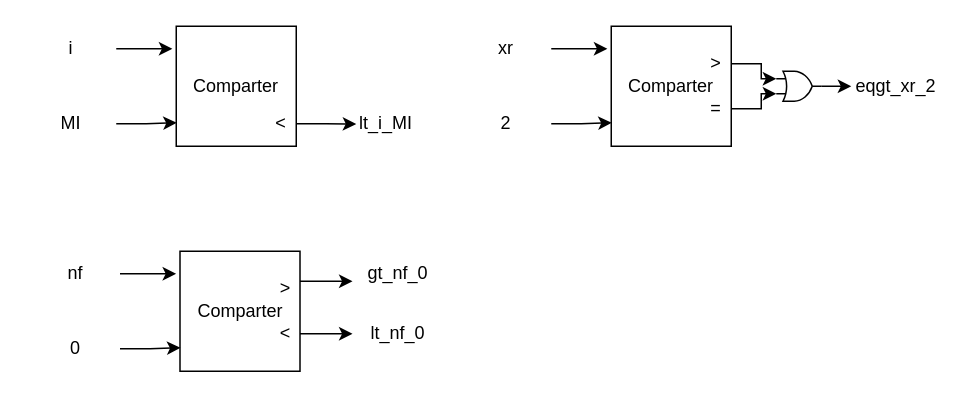
Before: status_signals.drawio in 0xByteRush/COE302, a draw.io diagram. Source tidied: cells renumbered, new cells numbered last; positions are measured from the earlier drawing's top-left corner, leaving out a move shared by most shapes. Both pictures are drawn from the tidied source at 150%, with x=0, y=0 at pixel (26, 26).
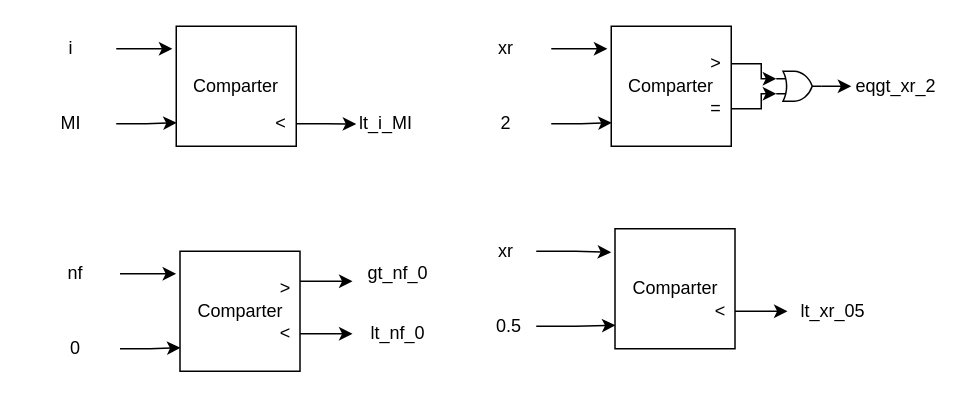
The same diagram, later.

Diff of the diagram source:
```diff
@@
+    <mxCell id="33" value="Comparter" style="whiteSpace=wrap;html=1;" parent="1" vertex="1">
+      <mxGeometry x="392.5" y="135" width="80" height="80" as="geometry" />
+    </mxCell>
+    <mxCell id="34" value="xr" style="text;html=1;whiteSpace=wrap;strokeColor=none;fillColor=none;align=center;verticalAlign=middle;rounded=0;" parent="1" vertex="1">
+      <mxGeometry x="300" y="140" width="40" height="20" as="geometry" />
+    </mxCell>
+    <mxCell id="35" style="edgeStyle=orthogonalEdgeStyle;rounded=0;jettySize=auto;html=1;exitX=1;exitY=0.5;exitDx=0;exitDy=0;entryX=-0.032;entryY=0.196;entryDx=0;entryDy=0;entryPerimeter=0;" parent="1" edge="1" source="34" target="33">
+      <mxGeometry relative="1" as="geometry" />
+    </mxCell>
+    <mxCell id="36" value="0.5" style="text;html=1;whiteSpace=wrap;strokeColor=none;fillColor=none;align=center;verticalAlign=middle;rounded=0;" parent="1" vertex="1">
+      <mxGeometry x="302.5" y="190" width="37.5" height="20" as="geometry" />
+    </mxCell>
+    <mxCell id="37" style="edgeStyle=orthogonalEdgeStyle;rounded=0;jettySize=auto;html=1;exitX=1;exitY=0.5;exitDx=0;exitDy=0;entryX=0.004;entryY=0.804;entryDx=0;entryDy=0;entryPerimeter=0;" parent="1" edge="1" source="36" target="33">
+      <mxGeometry relative="1" as="geometry" />
+    </mxCell>
+    <mxCell id="38" style="edgeStyle=orthogonalEdgeStyle;rounded=0;jettySize=auto;html=1;exitX=1;exitY=0.5;exitDx=0;exitDy=0;" parent="1" edge="1" source="39">
+      <mxGeometry relative="1" as="geometry">
+        <mxPoint x="507.5" y="190.2" as="targetPoint" />
+      </mxGeometry>
+    </mxCell>
+    <mxCell id="39" value="&amp;lt;" style="text;html=1;whiteSpace=wrap;strokeColor=none;fillColor=none;align=center;verticalAlign=middle;rounded=0;" parent="1" vertex="1">
+      <mxGeometry x="452.5" y="185" width="20" height="10" as="geometry" />
+    </mxCell>
+    <mxCell id="40" value="lt_xr_05" style="text;html=1;whiteSpace=wrap;strokeColor=none;fillColor=none;align=center;verticalAlign=middle;rounded=0;" parent="1" vertex="1">
+      <mxGeometry x="507.5" y="175" width="60" height="30" as="geometry" />
+    </mxCell>
```
